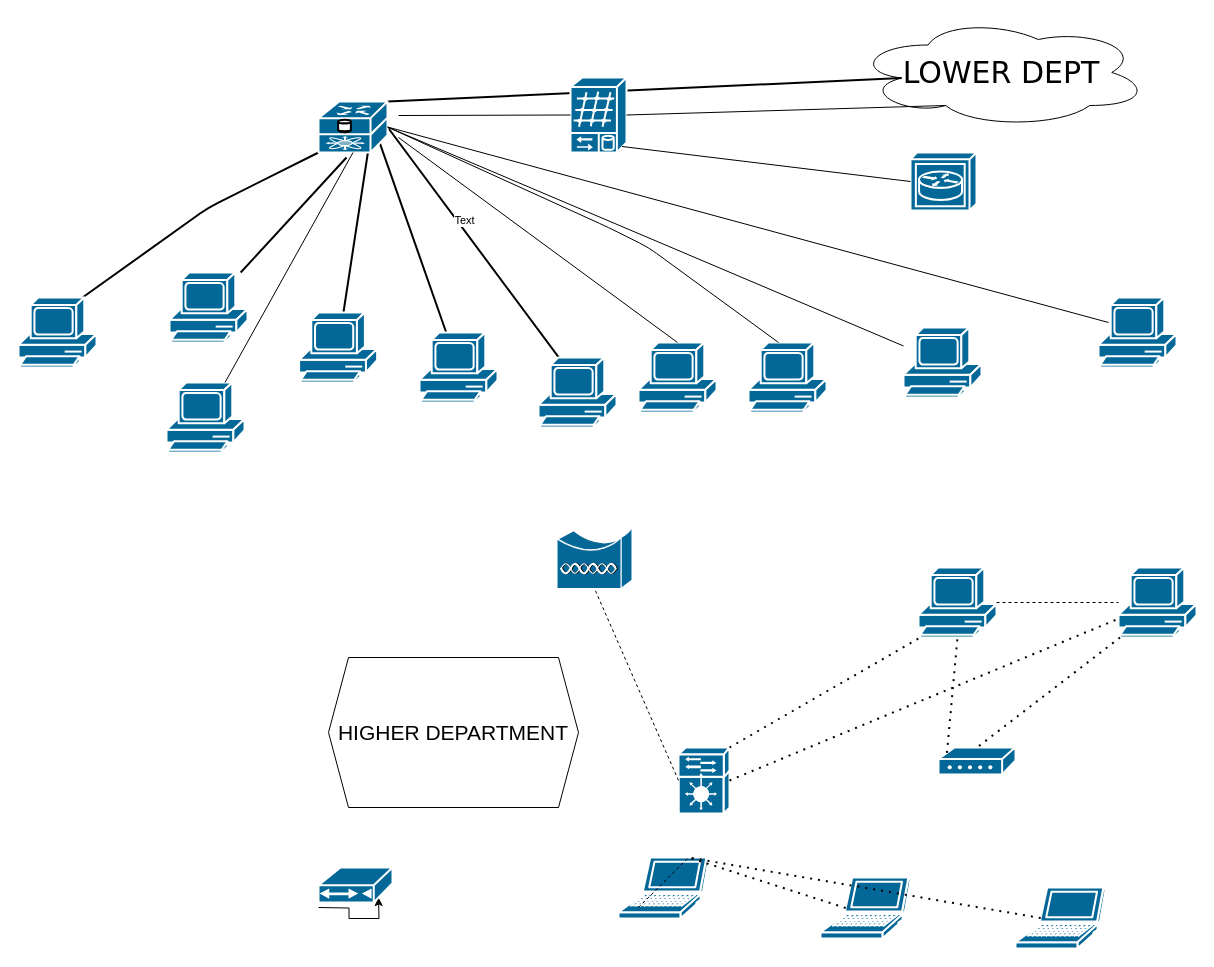
Earlier version of the draw.io diagram Untitled Diagram.drawio (danzylrabago/bookish-palm-tree). Source tidied: cells renumbered, new cells numbered last; positions are measured from the earlier drawing's top-left corner, leaving out a move shared by most shapes. Both pictures are drawn from the tidied source at 100%, with x=0, y=0 at pixel (18, 17).
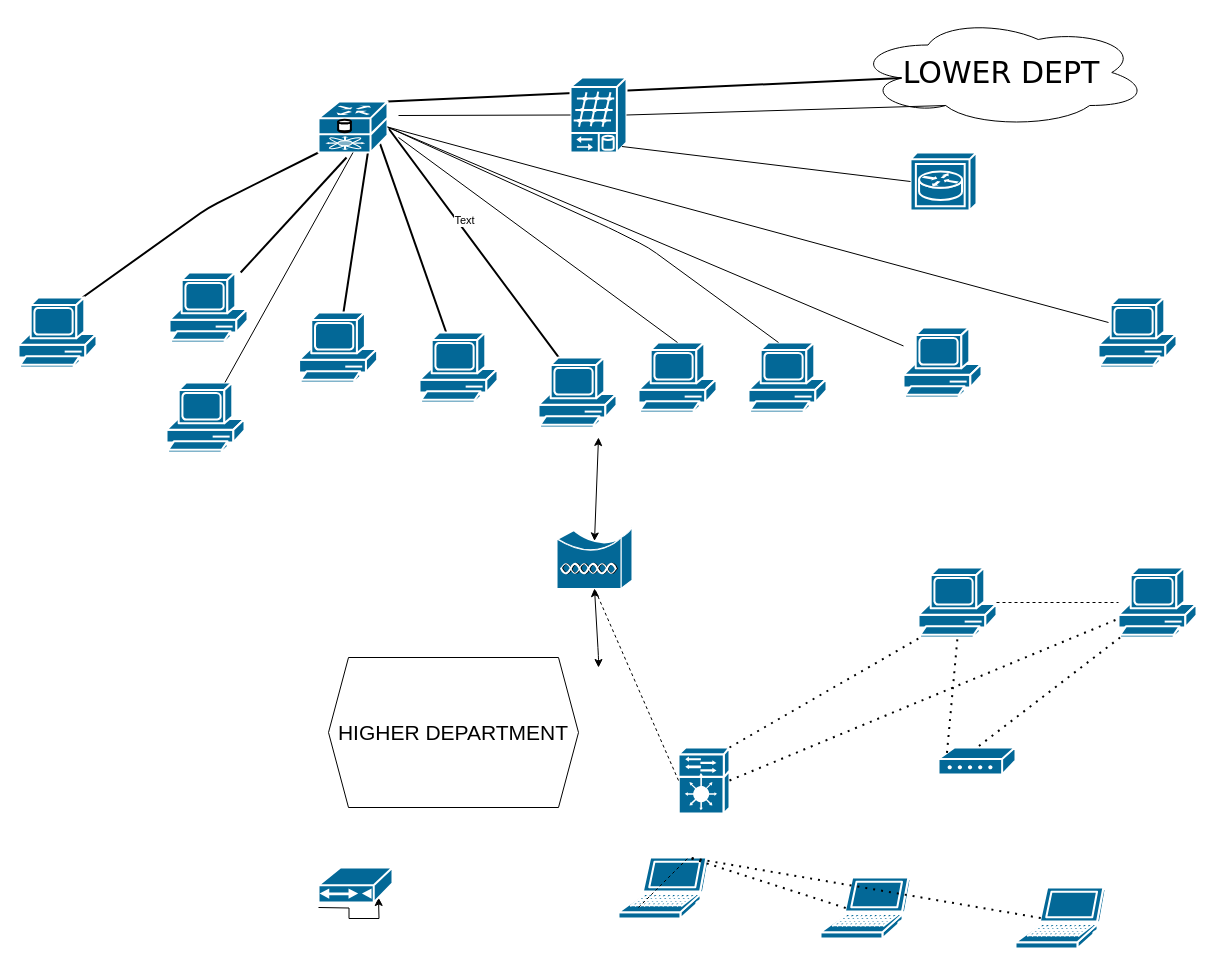
The same page after the edit.

Unchanged cells that the change refers to:
```xml
<mxCell id="34" style="shape=mxgraph.cisco.wireless.wireless_bridge;html=1;dashed=0;fillColor=#036897;strokeColor=#ffffff;strokeWidth=2;verticalLabelPosition=bottom;verticalAlign=top;align=center;outlineConnect=0;" parent="1" vertex="1">
  <mxGeometry x="538.5" y="510" width="75" height="61" as="geometry" />
</mxCell>
```

Diff of the diagram source:
```diff
@@
+    <mxCell id="54" style="endArrow=classic;startArrow=classic;html=1;exitX=0.5;exitY=0.22;exitDx=0;exitDy=0;exitPerimeter=0;" parent="1" edge="1" source="34">
+      <mxGeometry relative="1" as="geometry">
+        <mxPoint x="580" y="420" as="targetPoint" />
+      </mxGeometry>
+    </mxCell>
+    <mxCell id="55" style="endArrow=classic;startArrow=classic;html=1;exitX=0.5;exitY=1;exitDx=0;exitDy=0;exitPerimeter=0;" parent="1" edge="1" source="34">
+      <mxGeometry relative="1" as="geometry">
+        <mxPoint x="580" y="650" as="targetPoint" />
+        <Array as="points">
+          <mxPoint x="580" y="640" />
+        </Array>
+      </mxGeometry>
+    </mxCell>
```
